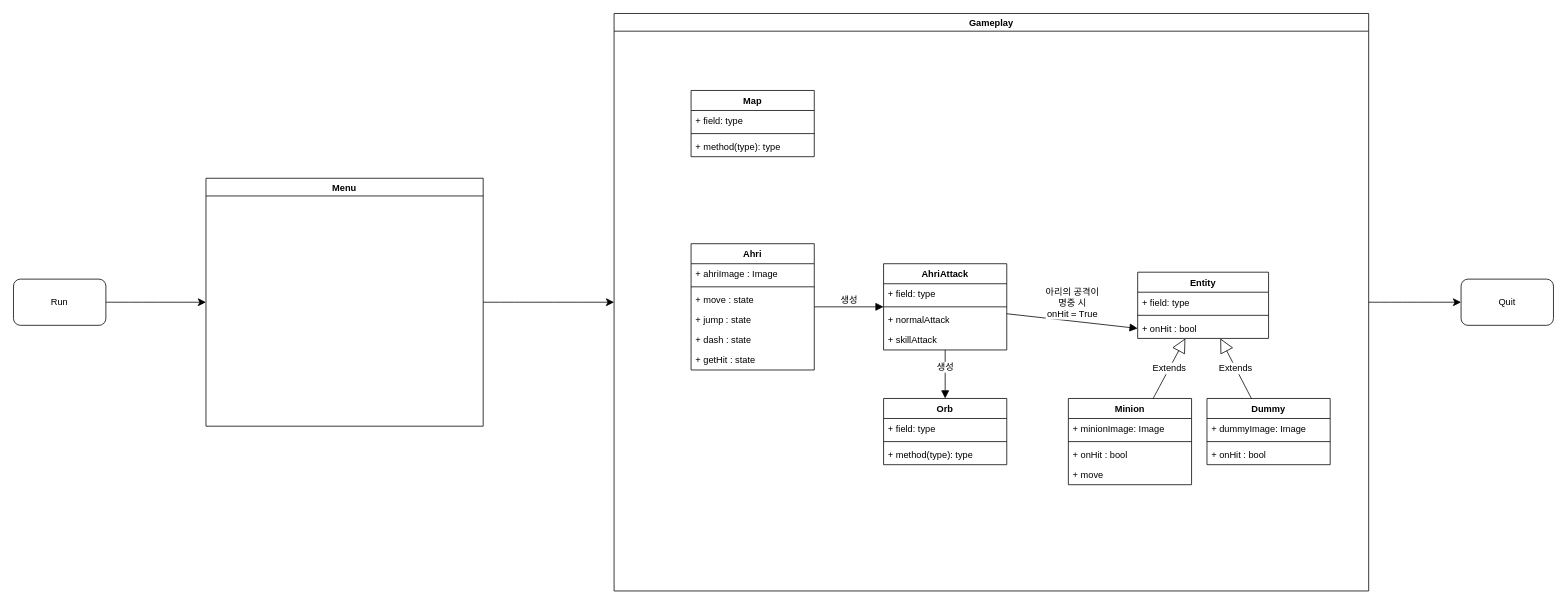
This is Documents/Logic/LogicDesign.drawio from Mindrain925/2D-Pixel-Testfield, a draw.io file, before an edit. Source tidied: cells renumbered, new cells numbered last; positions are measured from the earlier drawing's top-left corner, leaving out a move shared by most shapes. Both pictures are drawn from the tidied source at 77%, with x=0, y=0 at pixel (13, 13).
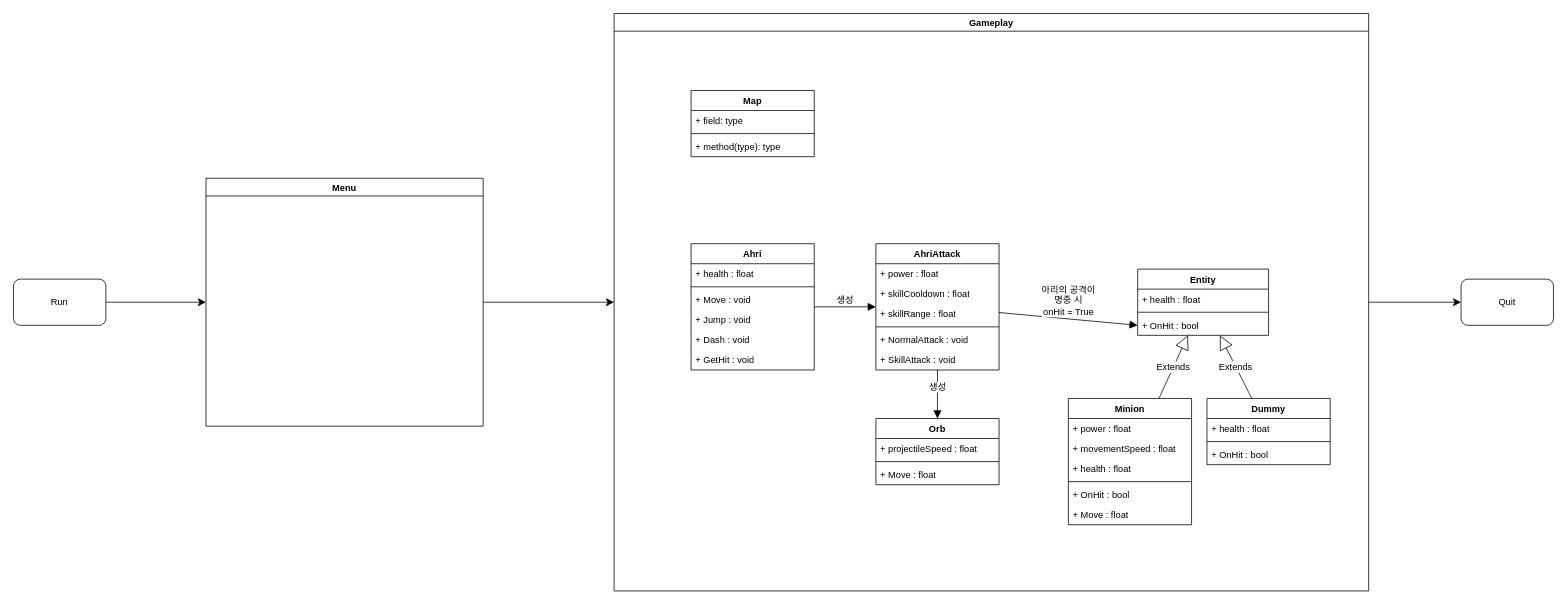
Above is the later version.

Commit message:
docs : Diagram modification

- Added the names of the fields and methods of the class

The change refers to these unchanged cells:
```xml
<mxCell id="3" value="Gameplay" style="swimlane;" parent="1" vertex="1">
  <mxGeometry x="780" width="980" height="750" as="geometry" />
</mxCell>
<mxCell id="4" value="Ahri" style="swimlane;fontStyle=1;align=center;verticalAlign=top;horizontal=1;startSize=26;whiteSpace=wrap;html=1;" parent="3" vertex="1">
  <mxGeometry x="100" y="299" width="160" height="164" as="geometry" />
</mxCell>
<mxCell id="24" value="Dummy" style="swimlane;fontStyle=1;align=center;verticalAlign=top;horizontal=1;startSize=26;whiteSpace=wrap;html=1;" parent="3" vertex="1">
  <mxGeometry x="770" y="500" width="160" height="86" as="geometry" />
</mxCell>
```

Change to the diagram source:
```diff
@@
-    <mxCell id="5" value="+ ahriImage : Image" style="text;strokeColor=none;fillColor=none;align=left;verticalAlign=top;spacingLeft=4;spacingRight=4;overflow=hidden;whiteSpace=wrap;html=1;" parent="4" vertex="1">
-      <mxGeometry y="26" width="160" height="26" as="geometry" />
-    </mxCell>
+    <mxCell id="47" value="+ health : float" style="text;strokeColor=none;fillColor=none;align=left;verticalAlign=top;spacingLeft=4;spacingRight=4;overflow=hidden;whiteSpace=wrap;html=1;" parent="4" vertex="1">
+      <mxGeometry y="26" width="160" height="26" as="geometry" />
+    </mxCell>
@@
-    <mxCell id="7" value="+ move : state" style="text;strokeColor=none;fillColor=none;align=left;verticalAlign=top;spacingLeft=4;spacingRight=4;overflow=hidden;whiteSpace=wrap;html=1;" parent="4" vertex="1">
+    <mxCell id="7" value="+ Move : void" style="text;strokeColor=none;fillColor=none;align=left;verticalAlign=top;spacingLeft=4;spacingRight=4;overflow=hidden;whiteSpace=wrap;html=1;" parent="4" vertex="1">
       <mxGeometry y="60" width="160" height="26" as="geometry" />
     </mxCell>
-    <mxCell id="8" value="+ jump : state" style="text;strokeColor=none;fillColor=none;align=left;verticalAlign=top;spacingLeft=4;spacingRight=4;overflow=hidden;whiteSpace=wrap;html=1;" parent="4" vertex="1">
+    <mxCell id="8" value="+ Jump : void&lt;span style=&quot;white-space: pre;&quot;&gt;&#9;&lt;/span&gt;" style="text;strokeColor=none;fillColor=none;align=left;verticalAlign=top;spacingLeft=4;spacingRight=4;overflow=hidden;whiteSpace=wrap;html=1;" parent="4" vertex="1">
       <mxGeometry y="86" width="160" height="26" as="geometry" />
     </mxCell>
-    <mxCell id="9" value="+ dash : state" style="text;strokeColor=none;fillColor=none;align=left;verticalAlign=top;spacingLeft=4;spacingRight=4;overflow=hidden;whiteSpace=wrap;html=1;" parent="4" vertex="1">
+    <mxCell id="9" value="+ Dash : void" style="text;strokeColor=none;fillColor=none;align=left;verticalAlign=top;spacingLeft=4;spacingRight=4;overflow=hidden;whiteSpace=wrap;html=1;" parent="4" vertex="1">
       <mxGeometry y="112" width="160" height="26" as="geometry" />
     </mxCell>
-    <mxCell id="10" value="+ getHit : state" style="text;strokeColor=none;fillColor=none;align=left;verticalAlign=top;spacingLeft=4;spacingRight=4;overflow=hidden;whiteSpace=wrap;html=1;" parent="4" vertex="1">
+    <mxCell id="10" value="+ GetHit : void" style="text;strokeColor=none;fillColor=none;align=left;verticalAlign=top;spacingLeft=4;spacingRight=4;overflow=hidden;whiteSpace=wrap;html=1;" parent="4" vertex="1">
       <mxGeometry y="138" width="160" height="26" as="geometry" />
     </mxCell>
@@
     <mxCell id="15" value="Entity" style="swimlane;fontStyle=1;align=center;verticalAlign=top;horizontal=1;startSize=26;whiteSpace=wrap;html=1;" parent="3" vertex="1">
-      <mxGeometry x="680" y="336" width="170" height="86" as="geometry" />
+      <mxGeometry x="680" y="332" width="170" height="86" as="geometry" />
     </mxCell>
-    <mxCell id="16" value="+ field: type" style="text;strokeColor=none;fillColor=none;align=left;verticalAlign=top;spacingLeft=4;spacingRight=4;overflow=hidden;whiteSpace=wrap;html=1;" parent="15" vertex="1">
+    <mxCell id="16" value="+ health : float" style="text;strokeColor=none;fillColor=none;align=left;verticalAlign=top;spacingLeft=4;spacingRight=4;overflow=hidden;whiteSpace=wrap;html=1;" parent="15" vertex="1">
       <mxGeometry y="26" width="170" height="26" as="geometry" />
     </mxCell>
@@
-    <mxCell id="18" value="+ onHit : bool" style="text;strokeColor=none;fillColor=none;align=left;verticalAlign=top;spacingLeft=4;spacingRight=4;overflow=hidden;points=[[0,0.5],[1,0.5]];portConstraint=eastwest;whiteSpace=wrap;html=1;" parent="15" vertex="1">
+    <mxCell id="18" value="+ OnHit : bool" style="text;strokeColor=none;fillColor=none;align=left;verticalAlign=top;spacingLeft=4;spacingRight=4;overflow=hidden;points=[[0,0.5],[1,0.5]];portConstraint=eastwest;whiteSpace=wrap;html=1;" parent="15" vertex="1">
       <mxGeometry y="60" width="170" height="26" as="geometry" />
     </mxCell>
     <mxCell id="19" value="Minion" style="swimlane;fontStyle=1;align=center;verticalAlign=top;horizontal=1;startSize=26;whiteSpace=wrap;html=1;" parent="3" vertex="1">
-      <mxGeometry x="590" y="500" width="160" height="112" as="geometry" />
+      <mxGeometry x="590" y="500" width="160" height="164" as="geometry" />
     </mxCell>
-    <mxCell id="20" value="+ minionImage: Image" style="text;strokeColor=none;fillColor=none;align=left;verticalAlign=top;spacingLeft=4;spacingRight=4;overflow=hidden;whiteSpace=wrap;html=1;" parent="19" vertex="1">
-      <mxGeometry y="26" width="160" height="26" as="geometry" />
-    </mxCell>
+    <mxCell id="48" value="+ power : float" style="text;strokeColor=none;fillColor=none;align=left;verticalAlign=top;spacingLeft=4;spacingRight=4;overflow=hidden;whiteSpace=wrap;html=1;" parent="19" vertex="1">
+      <mxGeometry y="26" width="160" height="26" as="geometry" />
+    </mxCell>
+    <mxCell id="49" value="+ movementSpeed : float" style="text;strokeColor=none;fillColor=none;align=left;verticalAlign=top;spacingLeft=4;spacingRight=4;overflow=hidden;whiteSpace=wrap;html=1;" parent="19" vertex="1">
+      <mxGeometry y="52" width="160" height="26" as="geometry" />
+    </mxCell>
+    <mxCell id="50" value="+ health : float" style="text;strokeColor=none;fillColor=none;align=left;verticalAlign=top;spacingLeft=4;spacingRight=4;overflow=hidden;whiteSpace=wrap;html=1;" parent="19" vertex="1">
+      <mxGeometry y="78" width="160" height="26" as="geometry" />
+    </mxCell>
     <mxCell id="21" style="line;strokeWidth=1;fillColor=none;align=left;verticalAlign=middle;spacingTop=-1;spacingLeft=3;spacingRight=3;labelPosition=right;strokeColor=inherit;" parent="19" vertex="1">
-      <mxGeometry y="52" width="160" height="8" as="geometry" />
+      <mxGeometry y="104" width="160" height="8" as="geometry" />
     </mxCell>
-    <mxCell id="22" value="+ onHit : bool" style="text;strokeColor=none;fillColor=none;align=left;verticalAlign=top;spacingLeft=4;spacingRight=4;overflow=hidden;whiteSpace=wrap;html=1;" parent="19" vertex="1">
-      <mxGeometry y="60" width="160" height="26" as="geometry" />
+    <mxCell id="22" value="+ OnHit : bool" style="text;strokeColor=none;fillColor=none;align=left;verticalAlign=top;spacingLeft=4;spacingRight=4;overflow=hidden;whiteSpace=wrap;html=1;" parent="19" vertex="1">
+      <mxGeometry y="112" width="160" height="26" as="geometry" />
     </mxCell>
-    <mxCell id="23" value="+ move" style="text;strokeColor=none;fillColor=none;align=left;verticalAlign=top;spacingLeft=4;spacingRight=4;overflow=hidden;whiteSpace=wrap;html=1;" parent="19" vertex="1">
-      <mxGeometry y="86" width="160" height="26" as="geometry" />
+    <mxCell id="23" value="+ Move : float" style="text;strokeColor=none;fillColor=none;align=left;verticalAlign=top;spacingLeft=4;spacingRight=4;overflow=hidden;whiteSpace=wrap;html=1;" parent="19" vertex="1">
+      <mxGeometry y="138" width="160" height="26" as="geometry" />
     </mxCell>
@@
-    <mxCell id="25" value="+ dummyImage: Image" style="text;strokeColor=none;fillColor=none;align=left;verticalAlign=top;spacingLeft=4;spacingRight=4;overflow=hidden;whiteSpace=wrap;html=1;" parent="24" vertex="1">
-      <mxGeometry y="26" width="160" height="26" as="geometry" />
-    </mxCell>
+    <mxCell id="51" value="+ health : float" style="text;strokeColor=none;fillColor=none;align=left;verticalAlign=top;spacingLeft=4;spacingRight=4;overflow=hidden;whiteSpace=wrap;html=1;" parent="24" vertex="1">
+      <mxGeometry y="26" width="160" height="26" as="geometry" />
+    </mxCell>
@@
-    <mxCell id="27" value="+ onHit : bool" style="text;strokeColor=none;fillColor=none;align=left;verticalAlign=top;spacingLeft=4;spacingRight=4;overflow=hidden;whiteSpace=wrap;html=1;" parent="24" vertex="1">
+    <mxCell id="27" value="+ OnHit : bool" style="text;strokeColor=none;fillColor=none;align=left;verticalAlign=top;spacingLeft=4;spacingRight=4;overflow=hidden;whiteSpace=wrap;html=1;" parent="24" vertex="1">
       <mxGeometry y="60" width="160" height="26" as="geometry" />
     </mxCell>
     <mxCell id="28" value="Orb" style="swimlane;fontStyle=1;align=center;verticalAlign=top;horizontal=1;startSize=26;whiteSpace=wrap;html=1;" parent="3" vertex="1">
-      <mxGeometry x="350" y="500" width="160" height="86" as="geometry" />
+      <mxGeometry x="340" y="526" width="160" height="86" as="geometry" />
     </mxCell>
-    <mxCell id="29" value="+ field: type" style="text;strokeColor=none;fillColor=none;align=left;verticalAlign=top;spacingLeft=4;spacingRight=4;overflow=hidden;whiteSpace=wrap;html=1;" parent="28" vertex="1">
+    <mxCell id="29" value="+ projectileSpeed : float" style="text;strokeColor=none;fillColor=none;align=left;verticalAlign=top;spacingLeft=4;spacingRight=4;overflow=hidden;whiteSpace=wrap;html=1;" parent="28" vertex="1">
       <mxGeometry y="26" width="160" height="26" as="geometry" />
     </mxCell>
@@
-    <mxCell id="31" value="+ method(type): type" style="text;strokeColor=none;fillColor=none;align=left;verticalAlign=top;spacingLeft=4;spacingRight=4;overflow=hidden;whiteSpace=wrap;html=1;" parent="28" vertex="1">
+    <mxCell id="31" value="+ Move : float" style="text;strokeColor=none;fillColor=none;align=left;verticalAlign=top;spacingLeft=4;spacingRight=4;overflow=hidden;whiteSpace=wrap;html=1;" parent="28" vertex="1">
       <mxGeometry y="60" width="160" height="26" as="geometry" />
     </mxCell>
@@
     <mxCell id="34" value="AhriAttack" style="swimlane;fontStyle=1;align=center;verticalAlign=top;horizontal=1;startSize=26;whiteSpace=wrap;html=1;" parent="3" vertex="1">
-      <mxGeometry x="350" y="325" width="160" height="112" as="geometry" />
+      <mxGeometry x="340" y="299" width="160" height="164" as="geometry" />
     </mxCell>
-    <mxCell id="35" value="+ field: type" style="text;strokeColor=none;fillColor=none;align=left;verticalAlign=top;spacingLeft=4;spacingRight=4;overflow=hidden;whiteSpace=wrap;html=1;" parent="34" vertex="1">
+    <mxCell id="35" value="+ power : float" style="text;strokeColor=none;fillColor=none;align=left;verticalAlign=top;spacingLeft=4;spacingRight=4;overflow=hidden;whiteSpace=wrap;html=1;" parent="34" vertex="1">
       <mxGeometry y="26" width="160" height="26" as="geometry" />
     </mxCell>
+    <mxCell id="52" value="+ skillCooldown : float" style="text;strokeColor=none;fillColor=none;align=left;verticalAlign=top;spacingLeft=4;spacingRight=4;overflow=hidden;whiteSpace=wrap;html=1;" parent="34" vertex="1">
+      <mxGeometry y="52" width="160" height="26" as="geometry" />
+    </mxCell>
+    <mxCell id="53" value="+ skillRange : float" style="text;strokeColor=none;fillColor=none;align=left;verticalAlign=top;spacingLeft=4;spacingRight=4;overflow=hidden;whiteSpace=wrap;html=1;" parent="34" vertex="1">
+      <mxGeometry y="78" width="160" height="26" as="geometry" />
+    </mxCell>
     <mxCell id="36" style="line;strokeWidth=1;fillColor=none;align=left;verticalAlign=middle;spacingTop=-1;spacingLeft=3;spacingRight=3;labelPosition=right;strokeColor=inherit;" parent="34" vertex="1">
-      <mxGeometry y="52" width="160" height="8" as="geometry" />
+      <mxGeometry y="104" width="160" height="8" as="geometry" />
     </mxCell>
-    <mxCell id="37" value="+ normalAttack" style="text;strokeColor=none;fillColor=none;align=left;verticalAlign=top;spacingLeft=4;spacingRight=4;overflow=hidden;whiteSpace=wrap;html=1;" parent="34" vertex="1">
-      <mxGeometry y="60" width="160" height="26" as="geometry" />
+    <mxCell id="37" value="+ NormalAttack : void" style="text;strokeColor=none;fillColor=none;align=left;verticalAlign=top;spacingLeft=4;spacingRight=4;overflow=hidden;whiteSpace=wrap;html=1;" parent="34" vertex="1">
+      <mxGeometry y="112" width="160" height="26" as="geometry" />
     </mxCell>
-    <mxCell id="38" value="+ skillAttack" style="text;strokeColor=none;fillColor=none;align=left;verticalAlign=top;spacingLeft=4;spacingRight=4;overflow=hidden;points=[[0,0.5],[1,0.5]];portConstraint=eastwest;whiteSpace=wrap;html=1;" parent="34" vertex="1">
-      <mxGeometry y="86" width="160" height="26" as="geometry" />
+    <mxCell id="38" value="+ SkillAttack : void" style="text;strokeColor=none;fillColor=none;align=left;verticalAlign=top;spacingLeft=4;spacingRight=4;overflow=hidden;points=[[0,0.5],[1,0.5]];portConstraint=eastwest;whiteSpace=wrap;html=1;" parent="34" vertex="1">
+      <mxGeometry y="138" width="160" height="26" as="geometry" />
     </mxCell>
```
